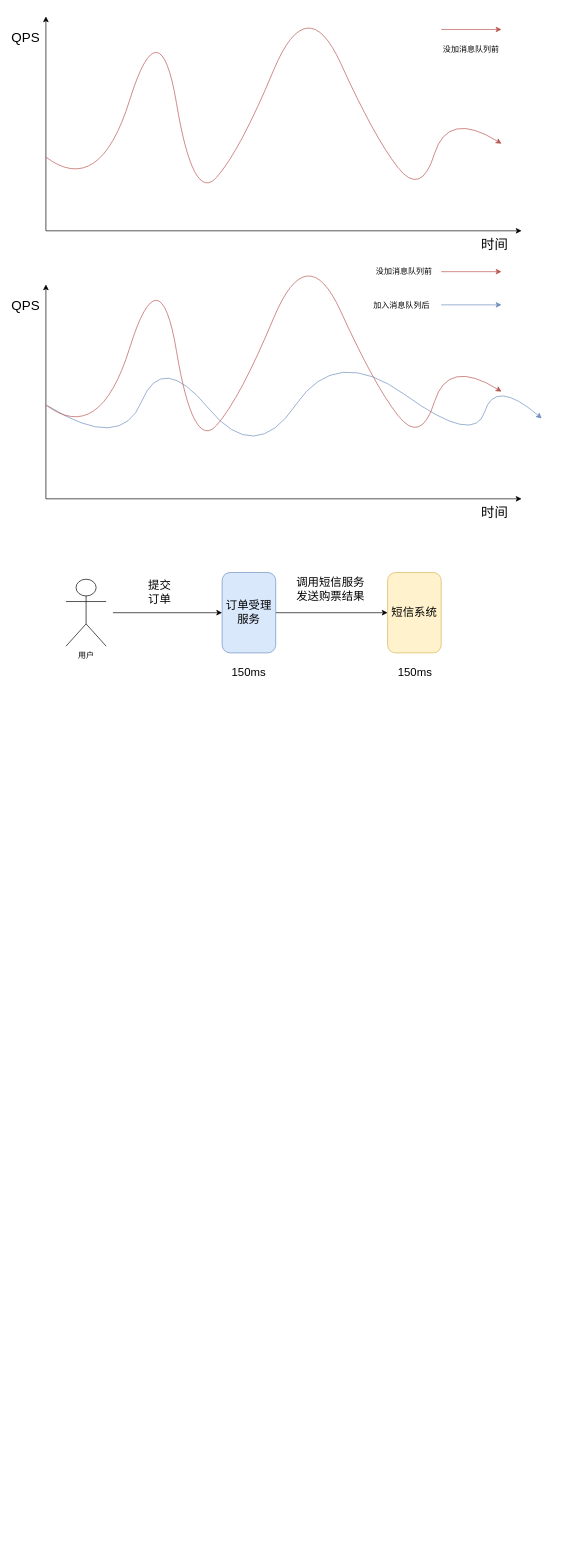
The draw.io diagram 图表文件/消息队列.drawio in Syske/person-learning-note, before the edit. Source tidied: cells renumbered, new cells numbered last; positions are measured from the earlier drawing's top-left corner, leaving out a move shared by most shapes. Both pictures are drawn from the tidied source at 67%, with x=0, y=0 at pixel (12, -11).
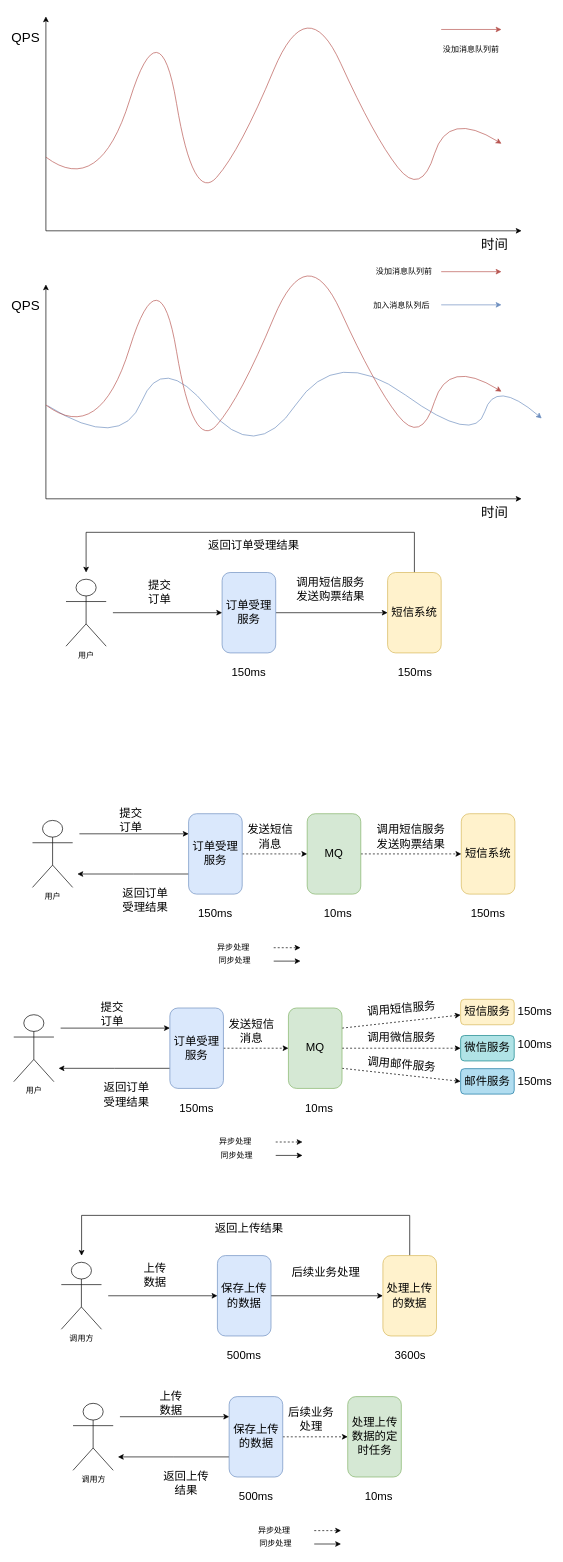
Above is the later version.

Unchanged cells that the change refers to:
```xml
<mxCell id="22" value="短信系统" style="rounded=1;whiteSpace=wrap;html=1;fontSize=17;fillColor=#fff2cc;strokeColor=#d6b656;" parent="1" vertex="1">
  <mxGeometry x="560" y="870" width="80" height="120" as="geometry" />
</mxCell>
```

What changed in the source:
```diff
@@
+    <mxCell id="28" style="edgeStyle=orthogonalEdgeStyle;rounded=0;jettySize=auto;html=1;exitX=0.5;exitY=0;exitDx=0;exitDy=0;" parent="1" edge="1" source="22">
+      <mxGeometry relative="1" as="geometry">
+        <mxPoint x="110" y="870" as="targetPoint" />
+        <Array as="points">
+          <mxPoint x="600" y="810" />
+          <mxPoint x="110" y="810" />
+        </Array>
+      </mxGeometry>
+    </mxCell>
@@
+    <mxCell id="29" value="用户" style="shape=umlActor;verticalLabelPosition=bottom;labelBackgroundColor=#ffffff;verticalAlign=top;html=1;fontSize=12;" parent="1" vertex="1">
+      <mxGeometry x="30" y="1240" width="60" height="100" as="geometry" />
+    </mxCell>
+    <mxCell id="30" style="edgeStyle=orthogonalEdgeStyle;rounded=0;jettySize=auto;html=1;startArrow=none;startFill=0;endArrow=classic;endFill=1;fontSize=17;dashed=1;" parent="1" edge="1" source="32" target="34">
+      <mxGeometry relative="1" as="geometry" />
+    </mxCell>
+    <mxCell id="31" style="edgeStyle=orthogonalEdgeStyle;rounded=0;jettySize=auto;html=1;exitX=0;exitY=0.75;exitDx=0;exitDy=0;" parent="1" edge="1" source="32">
+      <mxGeometry relative="1" as="geometry">
+        <mxPoint x="97" y="1320" as="targetPoint" />
+      </mxGeometry>
+    </mxCell>
+    <mxCell id="32" value="订单受理服务" style="rounded=1;whiteSpace=wrap;html=1;fontSize=17;fillColor=#dae8fc;strokeColor=#6c8ebf;" parent="1" vertex="1">
+      <mxGeometry x="263" y="1230" width="80" height="120" as="geometry" />
+    </mxCell>
+    <mxCell id="33" style="edgeStyle=orthogonalEdgeStyle;rounded=0;jettySize=auto;html=1;dashed=1;" parent="1" edge="1" source="34" target="35">
+      <mxGeometry relative="1" as="geometry" />
+    </mxCell>
+    <mxCell id="34" value="MQ" style="rounded=1;whiteSpace=wrap;html=1;fontSize=17;fillColor=#d5e8d4;strokeColor=#82b366;" parent="1" vertex="1">
+      <mxGeometry x="440" y="1230" width="80" height="120" as="geometry" />
+    </mxCell>
+    <mxCell id="35" value="短信系统" style="rounded=1;whiteSpace=wrap;html=1;fontSize=17;fillColor=#fff2cc;strokeColor=#d6b656;" parent="1" vertex="1">
+      <mxGeometry x="670" y="1230" width="80" height="120" as="geometry" />
+    </mxCell>
+    <mxCell id="36" style="endArrow=classic;html=1;fontSize=17;entryX=0;entryY=0.25;entryDx=0;entryDy=0;" parent="1" edge="1" target="32">
+      <mxGeometry relative="1" as="geometry">
+        <mxPoint x="100" y="1260" as="sourcePoint" />
+      </mxGeometry>
+    </mxCell>
+    <mxCell id="37" value="提交订单" style="text;html=1;strokeColor=none;fillColor=none;align=center;verticalAlign=middle;whiteSpace=wrap;rounded=0;fontSize=17;" parent="1" vertex="1">
+      <mxGeometry x="156.5" y="1230" width="40" height="20" as="geometry" />
+    </mxCell>
+    <mxCell id="38" value="调用短信服务发送购票结果" style="text;html=1;strokeColor=none;fillColor=none;align=center;verticalAlign=middle;whiteSpace=wrap;rounded=0;fontSize=17;" parent="1" vertex="1">
+      <mxGeometry x="540" y="1250" width="110" height="30" as="geometry" />
+    </mxCell>
+    <mxCell id="39" value="150ms" style="text;html=1;strokeColor=none;fillColor=none;align=center;verticalAlign=middle;whiteSpace=wrap;rounded=0;fontSize=17;" parent="1" vertex="1">
+      <mxGeometry x="283" y="1370" width="40" height="20" as="geometry" />
+    </mxCell>
+    <mxCell id="40" value="150ms" style="text;html=1;strokeColor=none;fillColor=none;align=center;verticalAlign=middle;whiteSpace=wrap;rounded=0;fontSize=17;" parent="1" vertex="1">
+      <mxGeometry x="690" y="1370" width="40" height="20" as="geometry" />
+    </mxCell>
+    <mxCell id="41" value="返回订单受理结果" style="text;html=1;strokeColor=none;fillColor=none;align=center;verticalAlign=middle;whiteSpace=wrap;rounded=0;fontSize=17;" parent="1" vertex="1">
+      <mxGeometry x="281.5" y="820" width="157" height="20" as="geometry" />
+    </mxCell>
+    <mxCell id="42" style="endArrow=classic;html=1;dashed=1;" parent="1" edge="1">
+      <mxGeometry relative="1" as="geometry">
+        <mxPoint x="390" y="1430" as="sourcePoint" />
+        <mxPoint x="430" y="1430" as="targetPoint" />
+      </mxGeometry>
+    </mxCell>
+    <mxCell id="43" style="endArrow=classic;html=1;" parent="1" edge="1">
+      <mxGeometry relative="1" as="geometry">
+        <mxPoint x="390" y="1450" as="sourcePoint" />
+        <mxPoint x="430" y="1450" as="targetPoint" />
+      </mxGeometry>
+    </mxCell>
+    <mxCell id="44" value="异步处理" style="text;html=1;strokeColor=none;fillColor=none;align=center;verticalAlign=middle;whiteSpace=wrap;rounded=0;" parent="1" vertex="1">
+      <mxGeometry x="300" y="1420" width="60" height="20" as="geometry" />
+    </mxCell>
+    <mxCell id="45" value="同步处理" style="text;html=1;strokeColor=none;fillColor=none;align=center;verticalAlign=middle;whiteSpace=wrap;rounded=0;" parent="1" vertex="1">
+      <mxGeometry x="300" y="1440" width="64" height="20" as="geometry" />
+    </mxCell>
+    <mxCell id="46" value="发送短信消息" style="text;html=1;strokeColor=none;fillColor=none;align=center;verticalAlign=middle;whiteSpace=wrap;rounded=0;fontSize=17;" parent="1" vertex="1">
+      <mxGeometry x="350" y="1250" width="70" height="30" as="geometry" />
+    </mxCell>
+    <mxCell id="47" value="10ms" style="text;html=1;strokeColor=none;fillColor=none;align=center;verticalAlign=middle;whiteSpace=wrap;rounded=0;fontSize=17;" parent="1" vertex="1">
+      <mxGeometry x="466" y="1370" width="40" height="20" as="geometry" />
+    </mxCell>
+    <mxCell id="48" value="返回订单受理结果" style="text;html=1;strokeColor=none;fillColor=none;align=center;verticalAlign=middle;whiteSpace=wrap;rounded=0;fontSize=17;" parent="1" vertex="1">
+      <mxGeometry x="160" y="1350" width="77" height="20" as="geometry" />
+    </mxCell>
+    <mxCell id="49" value="用户" style="shape=umlActor;verticalLabelPosition=bottom;labelBackgroundColor=#ffffff;verticalAlign=top;html=1;fontSize=12;" parent="1" vertex="1">
+      <mxGeometry x="2" y="1530" width="60" height="100" as="geometry" />
+    </mxCell>
+    <mxCell id="50" style="edgeStyle=orthogonalEdgeStyle;rounded=0;jettySize=auto;html=1;startArrow=none;startFill=0;endArrow=classic;endFill=1;fontSize=17;dashed=1;" parent="1" edge="1" source="52" target="56">
+      <mxGeometry relative="1" as="geometry" />
+    </mxCell>
+    <mxCell id="51" style="edgeStyle=orthogonalEdgeStyle;rounded=0;jettySize=auto;html=1;exitX=0;exitY=0.75;exitDx=0;exitDy=0;" parent="1" edge="1" source="52">
+      <mxGeometry relative="1" as="geometry">
+        <mxPoint x="69" y="1610" as="targetPoint" />
+      </mxGeometry>
+    </mxCell>
+    <mxCell id="52" value="订单受理服务" style="rounded=1;whiteSpace=wrap;html=1;fontSize=17;fillColor=#dae8fc;strokeColor=#6c8ebf;" parent="1" vertex="1">
+      <mxGeometry x="235" y="1520" width="80" height="120" as="geometry" />
+    </mxCell>
+    <mxCell id="53" style="rounded=0;jettySize=auto;html=1;dashed=1;exitX=1;exitY=0.25;exitDx=0;exitDy=0;" parent="1" edge="1" source="56" target="57">
+      <mxGeometry relative="1" as="geometry" />
+    </mxCell>
+    <mxCell id="54" style="edgeStyle=orthogonalEdgeStyle;rounded=0;jettySize=auto;html=1;exitX=1;exitY=0.5;exitDx=0;exitDy=0;entryX=0;entryY=0.5;entryDx=0;entryDy=0;dashed=1;" parent="1" edge="1" source="56" target="70">
+      <mxGeometry relative="1" as="geometry" />
+    </mxCell>
+    <mxCell id="55" style="edgeStyle=none;rounded=0;jettySize=auto;html=1;exitX=1;exitY=0.75;exitDx=0;exitDy=0;entryX=0;entryY=0.5;entryDx=0;entryDy=0;dashed=1;" parent="1" edge="1" source="56" target="71">
+      <mxGeometry relative="1" as="geometry" />
+    </mxCell>
+    <mxCell id="56" value="MQ" style="rounded=1;whiteSpace=wrap;html=1;fontSize=17;fillColor=#d5e8d4;strokeColor=#82b366;" parent="1" vertex="1">
+      <mxGeometry x="412" y="1520" width="80" height="120" as="geometry" />
+    </mxCell>
+    <mxCell id="57" value="短信服务" style="rounded=1;whiteSpace=wrap;html=1;fontSize=17;fillColor=#fff2cc;strokeColor=#d6b656;" parent="1" vertex="1">
+      <mxGeometry x="669" y="1507" width="80" height="38" as="geometry" />
+    </mxCell>
+    <mxCell id="58" style="endArrow=classic;html=1;fontSize=17;entryX=0;entryY=0.25;entryDx=0;entryDy=0;" parent="1" edge="1" target="52">
+      <mxGeometry relative="1" as="geometry">
+        <mxPoint x="72" y="1550" as="sourcePoint" />
+      </mxGeometry>
+    </mxCell>
+    <mxCell id="59" value="提交订单" style="text;html=1;strokeColor=none;fillColor=none;align=center;verticalAlign=middle;whiteSpace=wrap;rounded=0;fontSize=17;" parent="1" vertex="1">
+      <mxGeometry x="128.5" y="1520" width="40" height="20" as="geometry" />
+    </mxCell>
+    <mxCell id="60" value="调用短信服务" style="text;html=1;strokeColor=none;fillColor=none;align=center;verticalAlign=middle;whiteSpace=wrap;rounded=0;fontSize=17;rotation=-5;" parent="1" vertex="1">
+      <mxGeometry x="525.5" y="1507" width="110" height="30" as="geometry" />
+    </mxCell>
+    <mxCell id="61" value="150ms" style="text;html=1;strokeColor=none;fillColor=none;align=center;verticalAlign=middle;whiteSpace=wrap;rounded=0;fontSize=17;" parent="1" vertex="1">
+      <mxGeometry x="255" y="1660" width="40" height="20" as="geometry" />
+    </mxCell>
+    <mxCell id="62" value="150ms" style="text;html=1;strokeColor=none;fillColor=none;align=center;verticalAlign=middle;whiteSpace=wrap;rounded=0;fontSize=17;" parent="1" vertex="1">
+      <mxGeometry x="760" y="1516" width="40" height="20" as="geometry" />
+    </mxCell>
+    <mxCell id="63" style="endArrow=classic;html=1;dashed=1;" parent="1" edge="1">
+      <mxGeometry relative="1" as="geometry">
+        <mxPoint x="393" y="1720" as="sourcePoint" />
+        <mxPoint x="433" y="1720" as="targetPoint" />
+      </mxGeometry>
+    </mxCell>
+    <mxCell id="64" style="endArrow=classic;html=1;" parent="1" edge="1">
+      <mxGeometry relative="1" as="geometry">
+        <mxPoint x="393" y="1740" as="sourcePoint" />
+        <mxPoint x="433" y="1740" as="targetPoint" />
+      </mxGeometry>
+    </mxCell>
+    <mxCell id="65" value="异步处理" style="text;html=1;strokeColor=none;fillColor=none;align=center;verticalAlign=middle;whiteSpace=wrap;rounded=0;" parent="1" vertex="1">
+      <mxGeometry x="303" y="1710" width="60" height="20" as="geometry" />
+    </mxCell>
+    <mxCell id="66" value="同步处理" style="text;html=1;strokeColor=none;fillColor=none;align=center;verticalAlign=middle;whiteSpace=wrap;rounded=0;" parent="1" vertex="1">
+      <mxGeometry x="303" y="1730" width="64" height="20" as="geometry" />
+    </mxCell>
+    <mxCell id="67" value="发送短信消息" style="text;html=1;strokeColor=none;fillColor=none;align=center;verticalAlign=middle;whiteSpace=wrap;rounded=0;fontSize=17;" parent="1" vertex="1">
+      <mxGeometry x="322" y="1540" width="70" height="30" as="geometry" />
+    </mxCell>
+    <mxCell id="68" value="10ms" style="text;html=1;strokeColor=none;fillColor=none;align=center;verticalAlign=middle;whiteSpace=wrap;rounded=0;fontSize=17;" parent="1" vertex="1">
+      <mxGeometry x="438" y="1660" width="40" height="20" as="geometry" />
+    </mxCell>
+    <mxCell id="69" value="返回订单受理结果" style="text;html=1;strokeColor=none;fillColor=none;align=center;verticalAlign=middle;whiteSpace=wrap;rounded=0;fontSize=17;" parent="1" vertex="1">
+      <mxGeometry x="132" y="1640" width="77" height="20" as="geometry" />
+    </mxCell>
+    <mxCell id="70" value="微信服务" style="rounded=1;whiteSpace=wrap;html=1;fontSize=17;fillColor=#b0e3e6;strokeColor=#0e8088;" parent="1" vertex="1">
+      <mxGeometry x="669" y="1561" width="80" height="38" as="geometry" />
+    </mxCell>
+    <mxCell id="71" value="邮件服务" style="rounded=1;whiteSpace=wrap;html=1;fontSize=17;fillColor=#b1ddf0;strokeColor=#10739e;" parent="1" vertex="1">
+      <mxGeometry x="669" y="1610.5" width="80" height="38" as="geometry" />
+    </mxCell>
+    <mxCell id="72" value="调用邮件服务" style="text;html=1;strokeColor=none;fillColor=none;align=center;verticalAlign=middle;whiteSpace=wrap;rounded=0;fontSize=17;rotation=5;" parent="1" vertex="1">
+      <mxGeometry x="525.5" y="1590" width="110" height="30" as="geometry" />
+    </mxCell>
+    <mxCell id="73" value="调用微信服务" style="text;html=1;strokeColor=none;fillColor=none;align=center;verticalAlign=middle;whiteSpace=wrap;rounded=0;fontSize=17;rotation=0;" parent="1" vertex="1">
+      <mxGeometry x="525.5" y="1550" width="110" height="30" as="geometry" />
+    </mxCell>
+    <mxCell id="74" value="150ms" style="text;html=1;strokeColor=none;fillColor=none;align=center;verticalAlign=middle;whiteSpace=wrap;rounded=0;fontSize=17;" parent="1" vertex="1">
+      <mxGeometry x="760" y="1620" width="40" height="20" as="geometry" />
+    </mxCell>
+    <mxCell id="75" value="100ms" style="text;html=1;strokeColor=none;fillColor=none;align=center;verticalAlign=middle;whiteSpace=wrap;rounded=0;fontSize=17;" parent="1" vertex="1">
+      <mxGeometry x="760" y="1565" width="40" height="20" as="geometry" />
+    </mxCell>
+    <mxCell id="76" value="调用方" style="shape=umlActor;verticalLabelPosition=bottom;labelBackgroundColor=#ffffff;verticalAlign=top;html=1;fontSize=12;" parent="1" vertex="1">
+      <mxGeometry x="73" y="1899.5" width="60" height="100" as="geometry" />
+    </mxCell>
+    <mxCell id="77" style="edgeStyle=orthogonalEdgeStyle;rounded=0;jettySize=auto;html=1;startArrow=none;startFill=0;endArrow=classic;endFill=1;fontSize=17;" parent="1" edge="1" source="78" target="80">
+      <mxGeometry relative="1" as="geometry" />
+    </mxCell>
+    <mxCell id="78" value="保存上传的数据" style="rounded=1;whiteSpace=wrap;html=1;fontSize=17;fillColor=#dae8fc;strokeColor=#6c8ebf;" parent="1" vertex="1">
+      <mxGeometry x="306" y="1889.5" width="80" height="120" as="geometry" />
+    </mxCell>
+    <mxCell id="79" style="edgeStyle=orthogonalEdgeStyle;rounded=0;jettySize=auto;html=1;exitX=0.5;exitY=0;exitDx=0;exitDy=0;" parent="1" edge="1" source="80">
+      <mxGeometry relative="1" as="geometry">
+        <mxPoint x="103.3" y="1889.8" as="targetPoint" />
+        <Array as="points">
+          <mxPoint x="593" y="1829.5" />
+          <mxPoint x="103" y="1829.5" />
+        </Array>
+      </mxGeometry>
+    </mxCell>
+    <mxCell id="80" value="处理上传的数据" style="rounded=1;whiteSpace=wrap;html=1;fontSize=17;fillColor=#fff2cc;strokeColor=#d6b656;" parent="1" vertex="1">
+      <mxGeometry x="553" y="1889.5" width="80" height="120" as="geometry" />
+    </mxCell>
+    <mxCell id="81" style="endArrow=classic;html=1;fontSize=17;entryX=0;entryY=0.5;entryDx=0;entryDy=0;" parent="1" edge="1" target="78">
+      <mxGeometry relative="1" as="geometry">
+        <mxPoint x="143" y="1949.5" as="sourcePoint" />
+      </mxGeometry>
+    </mxCell>
+    <mxCell id="82" value="上传数据" style="text;html=1;strokeColor=none;fillColor=none;align=center;verticalAlign=middle;whiteSpace=wrap;rounded=0;fontSize=17;" parent="1" vertex="1">
+      <mxGeometry x="193" y="1909.5" width="40" height="20" as="geometry" />
+    </mxCell>
+    <mxCell id="83" value="后续业务处理" style="text;html=1;strokeColor=none;fillColor=none;align=center;verticalAlign=middle;whiteSpace=wrap;rounded=0;fontSize=17;" parent="1" vertex="1">
+      <mxGeometry x="413" y="1899.5" width="110" height="30" as="geometry" />
+    </mxCell>
+    <mxCell id="84" value="500ms" style="text;html=1;strokeColor=none;fillColor=none;align=center;verticalAlign=middle;whiteSpace=wrap;rounded=0;fontSize=17;" parent="1" vertex="1">
+      <mxGeometry x="326" y="2029.5" width="40" height="20" as="geometry" />
+    </mxCell>
+    <mxCell id="85" value="3600s" style="text;html=1;strokeColor=none;fillColor=none;align=center;verticalAlign=middle;whiteSpace=wrap;rounded=0;fontSize=17;" parent="1" vertex="1">
+      <mxGeometry x="574" y="2029.5" width="40" height="20" as="geometry" />
+    </mxCell>
+    <mxCell id="86" value="返回上传结果" style="text;html=1;strokeColor=none;fillColor=none;align=center;verticalAlign=middle;whiteSpace=wrap;rounded=0;fontSize=17;" parent="1" vertex="1">
+      <mxGeometry x="274.5" y="1839.5" width="157" height="20" as="geometry" />
+    </mxCell>
+    <mxCell id="87" value="调用方" style="shape=umlActor;verticalLabelPosition=bottom;labelBackgroundColor=#ffffff;verticalAlign=top;html=1;fontSize=12;" parent="1" vertex="1">
+      <mxGeometry x="90.5" y="2110" width="60" height="100" as="geometry" />
+    </mxCell>
+    <mxCell id="88" style="edgeStyle=orthogonalEdgeStyle;rounded=0;jettySize=auto;html=1;startArrow=none;startFill=0;endArrow=classic;endFill=1;fontSize=17;dashed=1;" parent="1" edge="1" source="90" target="91">
+      <mxGeometry relative="1" as="geometry" />
+    </mxCell>
+    <mxCell id="89" style="edgeStyle=orthogonalEdgeStyle;rounded=0;jettySize=auto;html=1;exitX=0;exitY=0.75;exitDx=0;exitDy=0;" parent="1" edge="1" source="90">
+      <mxGeometry relative="1" as="geometry">
+        <mxPoint x="157.5" y="2190" as="targetPoint" />
+      </mxGeometry>
+    </mxCell>
+    <mxCell id="90" value="保存上传的数据" style="rounded=1;whiteSpace=wrap;html=1;fontSize=17;fillColor=#dae8fc;strokeColor=#6c8ebf;" parent="1" vertex="1">
+      <mxGeometry x="323.5" y="2100" width="80" height="120" as="geometry" />
+    </mxCell>
+    <mxCell id="91" value="处理上传数据的定时任务" style="rounded=1;whiteSpace=wrap;html=1;fontSize=17;fillColor=#d5e8d4;strokeColor=#82b366;" parent="1" vertex="1">
+      <mxGeometry x="500.5" y="2100" width="80" height="120" as="geometry" />
+    </mxCell>
+    <mxCell id="92" style="endArrow=classic;html=1;fontSize=17;entryX=0;entryY=0.25;entryDx=0;entryDy=0;" parent="1" edge="1" target="90">
+      <mxGeometry relative="1" as="geometry">
+        <mxPoint x="160.5" y="2130" as="sourcePoint" />
+      </mxGeometry>
+    </mxCell>
+    <mxCell id="93" value="上传数据" style="text;html=1;strokeColor=none;fillColor=none;align=center;verticalAlign=middle;whiteSpace=wrap;rounded=0;fontSize=17;" parent="1" vertex="1">
+      <mxGeometry x="217" y="2100" width="40" height="20" as="geometry" />
+    </mxCell>
+    <mxCell id="94" value="500ms" style="text;html=1;strokeColor=none;fillColor=none;align=center;verticalAlign=middle;whiteSpace=wrap;rounded=0;fontSize=17;" parent="1" vertex="1">
+      <mxGeometry x="343.5" y="2240" width="40" height="20" as="geometry" />
+    </mxCell>
+    <mxCell id="95" style="endArrow=classic;html=1;dashed=1;" parent="1" edge="1">
+      <mxGeometry relative="1" as="geometry">
+        <mxPoint x="450.5" y="2300" as="sourcePoint" />
+        <mxPoint x="490.5" y="2300" as="targetPoint" />
+      </mxGeometry>
+    </mxCell>
+    <mxCell id="96" style="endArrow=classic;html=1;" parent="1" edge="1">
+      <mxGeometry relative="1" as="geometry">
+        <mxPoint x="450.5" y="2320" as="sourcePoint" />
+        <mxPoint x="490.5" y="2320" as="targetPoint" />
+      </mxGeometry>
+    </mxCell>
+    <mxCell id="97" value="异步处理" style="text;html=1;strokeColor=none;fillColor=none;align=center;verticalAlign=middle;whiteSpace=wrap;rounded=0;" parent="1" vertex="1">
+      <mxGeometry x="360.5" y="2290" width="60" height="20" as="geometry" />
+    </mxCell>
+    <mxCell id="98" value="同步处理" style="text;html=1;strokeColor=none;fillColor=none;align=center;verticalAlign=middle;whiteSpace=wrap;rounded=0;" parent="1" vertex="1">
+      <mxGeometry x="360.5" y="2310" width="64" height="20" as="geometry" />
+    </mxCell>
+    <mxCell id="99" value="后续业务处理" style="text;html=1;strokeColor=none;fillColor=none;align=center;verticalAlign=middle;whiteSpace=wrap;rounded=0;fontSize=17;" parent="1" vertex="1">
+      <mxGeometry x="410.5" y="2120" width="70" height="30" as="geometry" />
+    </mxCell>
+    <mxCell id="100" value="10ms" style="text;html=1;strokeColor=none;fillColor=none;align=center;verticalAlign=middle;whiteSpace=wrap;rounded=0;fontSize=17;" parent="1" vertex="1">
+      <mxGeometry x="526.5" y="2240" width="40" height="20" as="geometry" />
+    </mxCell>
+    <mxCell id="101" value="返回上传结果" style="text;html=1;strokeColor=none;fillColor=none;align=center;verticalAlign=middle;whiteSpace=wrap;rounded=0;fontSize=17;" parent="1" vertex="1">
+      <mxGeometry x="220.5" y="2220" width="77" height="20" as="geometry" />
+    </mxCell>
```
